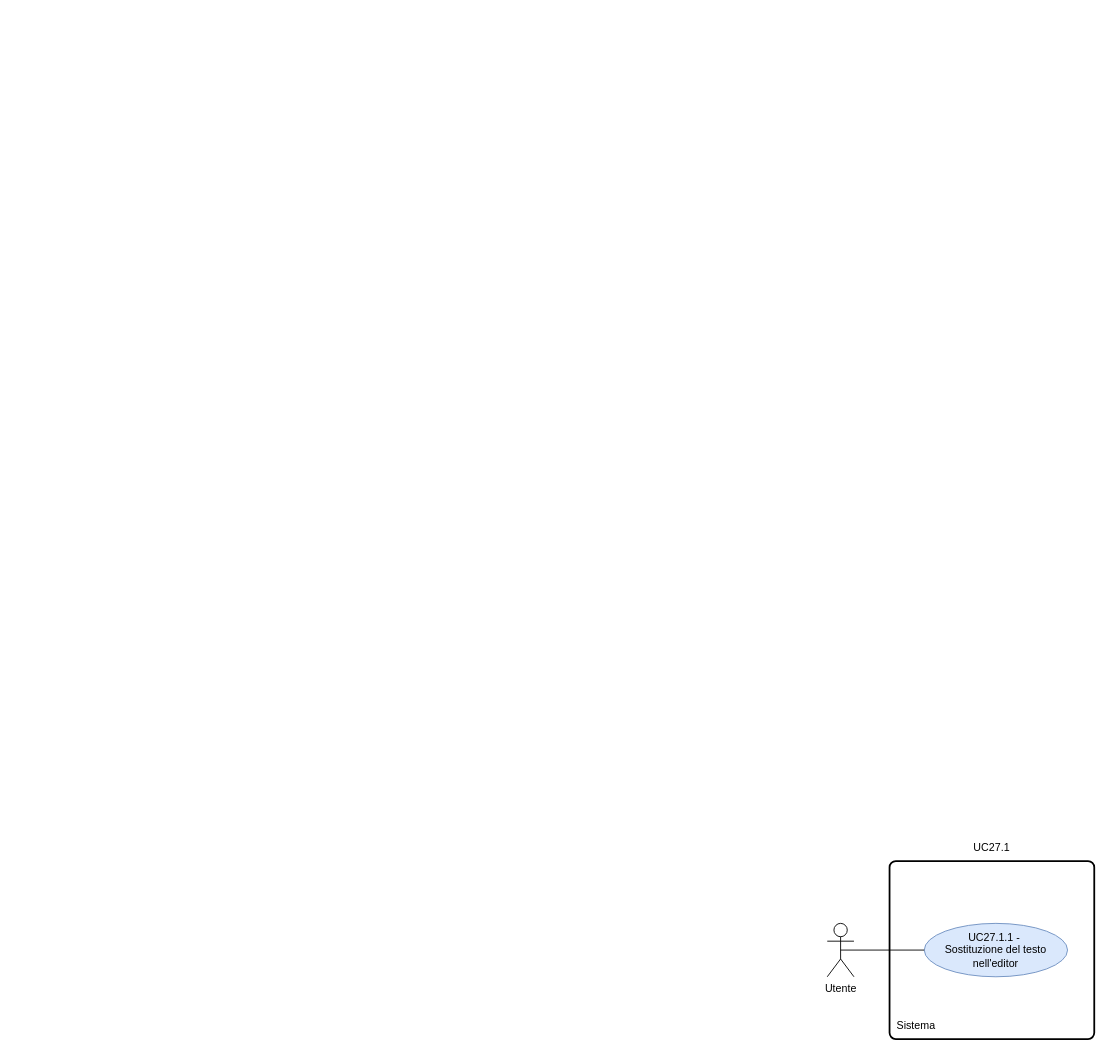
Before: RTB/doc_esterna/analisi-dei-requisiti/assets/draw.io/UC27.1.1.drawio in thebitless-group-swe/thebitless.github.io, a draw.io diagram. Source tidied: cells renumbered, new cells numbered last; positions are measured from the earlier drawing's top-left corner, leaving out a move shared by most shapes. Both pictures are drawn from the tidied source at 89%, with x=0, y=0 at pixel (827, 834).
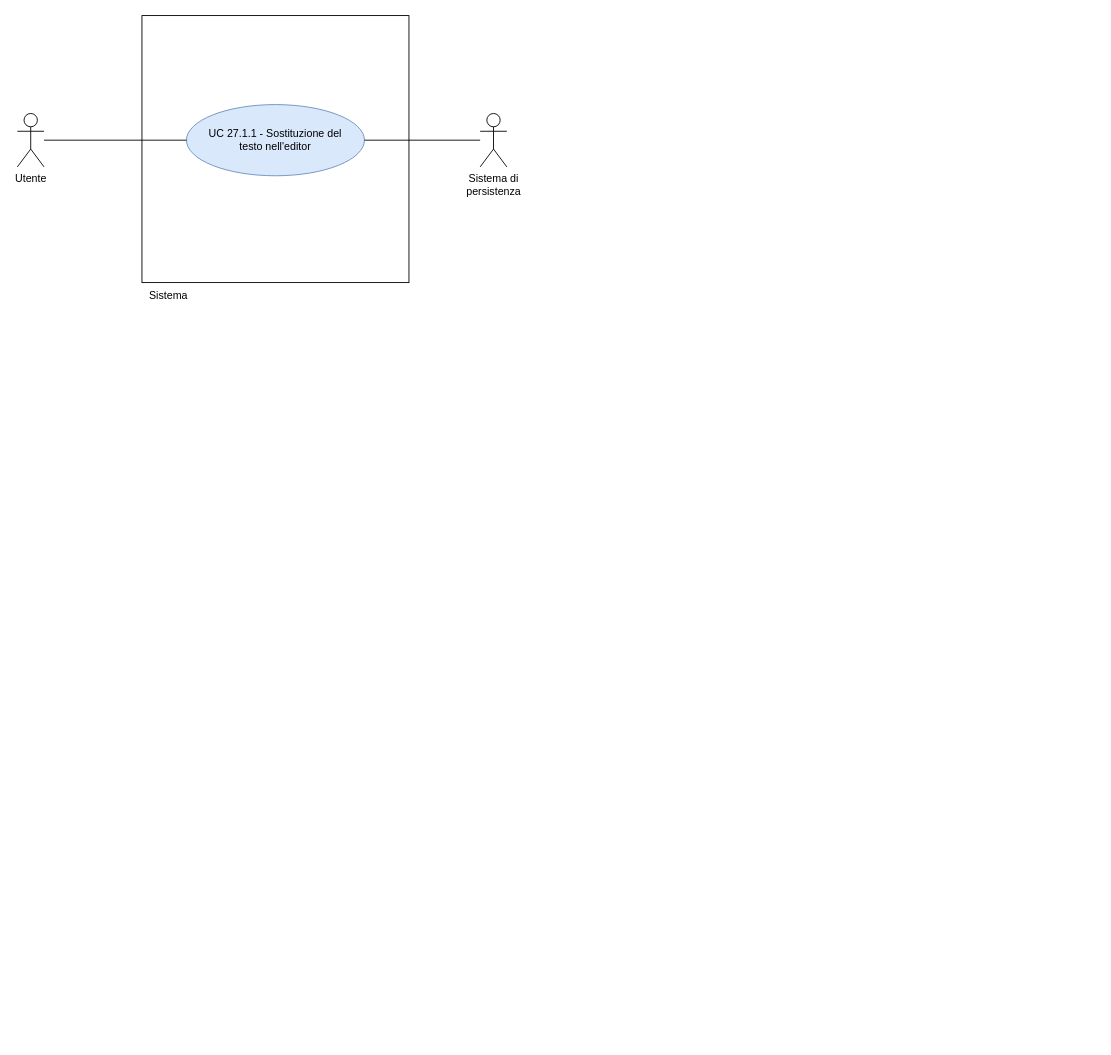
After the change.

Change to the diagram source:
```diff
@@
 <mxGraphModel>
   <root>
     <mxCell id="0" />
     <mxCell id="1" parent="0" />
-    <mxCell id="2" style="rounded=1;whiteSpace=wrap;html=1;absoluteArcSize=1;arcSize=14;strokeWidth=2;" parent="1" vertex="1">
-      <mxGeometry x="70" y="30" width="230" height="200" as="geometry" />
-    </mxCell>
+    <mxCell id="8" style="whiteSpace=wrap;html=1;" parent="1" vertex="1">
+      <mxGeometry x="-770" y="-920" width="300" height="300" as="geometry" />
+    </mxCell>
+    <mxCell id="7" value="Sistema" style="text;html=1;whiteSpace=wrap;strokeColor=none;fillColor=none;align=center;verticalAlign=middle;rounded=0;" parent="1" vertex="1">
+      <mxGeometry x="-770" y="-620" width="60" height="30" as="geometry" />
+    </mxCell>
     <mxCell id="3" value="Utente" style="shape=umlActor;verticalLabelPosition=bottom;verticalAlign=top;html=1;outlineConnect=0;" parent="1" vertex="1">
-      <mxGeometry y="100" width="30" height="60" as="geometry" />
+      <mxGeometry x="-910" y="-810" width="30" height="60" as="geometry" />
     </mxCell>
-    <mxCell id="4" value="UC27.1" style="text;html=1;whiteSpace=wrap;strokeColor=none;fillColor=none;align=center;verticalAlign=middle;rounded=0;" parent="1" vertex="1">
-      <mxGeometry x="140" width="90" height="30" as="geometry" />
-    </mxCell>
-    <mxCell id="5" value="UC27.1.1 -&amp;nbsp;&lt;div&gt;Sostituzione del testo nell'editor&lt;/div&gt;" style="ellipse;whiteSpace=wrap;html=1;fillColor=#dae8fc;strokeColor=#6c8ebf;" parent="1" vertex="1">
-      <mxGeometry x="109" y="100" width="161" height="60" as="geometry" />
-    </mxCell>
-    <mxCell id="6" style="endArrow=none;html=1;rounded=0;exitX=0.5;exitY=0.5;exitDx=0;exitDy=0;exitPerimeter=0;entryX=0;entryY=0.5;entryDx=0;entryDy=0;" parent="1" edge="1" source="3" target="5">
-      <mxGeometry relative="1" as="geometry" />
-    </mxCell>
-    <mxCell id="7" value="Sistema" style="text;html=1;whiteSpace=wrap;strokeColor=none;fillColor=none;align=center;verticalAlign=middle;rounded=0;" parent="1" vertex="1">
-      <mxGeometry x="70" y="200" width="60" height="30" as="geometry" />
-    </mxCell>
+    <mxCell id="9" value="Sistema di&lt;br&gt;persistenza" style="shape=umlActor;verticalLabelPosition=bottom;verticalAlign=top;html=1;outlineConnect=0;" parent="1" vertex="1">
+      <mxGeometry x="-390" y="-810" width="30" height="60" as="geometry" />
+    </mxCell>
+    <mxCell id="10" value="UC 27.1.1 - Sostituzione del&lt;br&gt;testo nell'editor" style="ellipse;whiteSpace=wrap;html=1;fillColor=#dae8fc;strokeColor=#6c8ebf;" parent="1" vertex="1">
+      <mxGeometry x="-720" y="-820" width="200" height="80" as="geometry" />
+    </mxCell>
+    <mxCell id="11" style="edgeStyle=none;rounded=0;jettySize=auto;html=1;endArrow=none;endFill=0;" parent="1" edge="1" source="3" target="10">
+      <mxGeometry relative="1" as="geometry" />
+    </mxCell>
+    <mxCell id="12" style="edgeStyle=none;rounded=0;jettySize=auto;html=1;endArrow=none;endFill=0;" parent="1" edge="1" source="9" target="10">
+      <mxGeometry relative="1" as="geometry" />
+    </mxCell>
   </root>
 </mxGraphModel>
```
